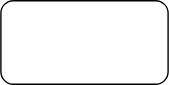
Earlier version of the draw.io export 160_gitlab_ci/110_triggers/example1.drawio.svg (nicholasdille/container-slides). Source tidied: cells renumbered, new cells last; positions are measured from the earlier drawing's top-left corner, leaving out a move shared by most shapes.
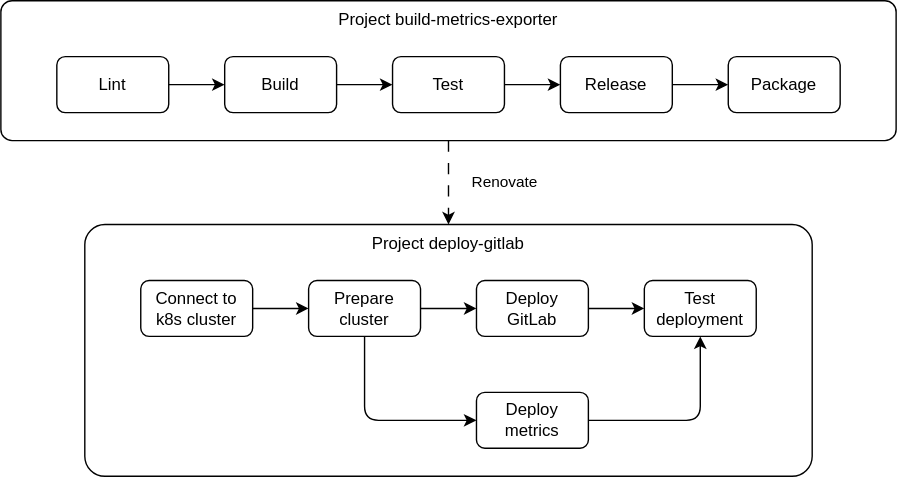
After the change.

What changed in the source:
```diff
@@ -2,8 +2,75 @@
   <root>
     <mxCell id="0" />
     <mxCell id="1" parent="0" />
+    <mxCell id="3" value="Renovate" style="edgeStyle=none;html=1;dashed=1;dashPattern=8 8;" parent="1" edge="1" source="2" target="13">
+      <mxGeometry y="40" relative="1" as="geometry" />
+    </mxCell>
-    <mxCell id="2" style="rounded=1;whiteSpace=wrap;html=1;fillColor=none;strokeColor=light-dark(#000000,#FFFFFF);fontColor=light-dark(#000000,#FFFFFF);" parent="1" vertex="1">
-      <mxGeometry width="120" height="60" as="geometry" />
+    <mxCell id="2" value="Project build-metrics-exporter" style="rounded=1;whiteSpace=wrap;html=1;fillColor=none;strokeColor=light-dark(#000000,#FFFFFF);fontColor=light-dark(#000000,#FFFFFF);verticalAlign=top;arcSize=8;" parent="1" vertex="1">
+      <mxGeometry width="640" height="100" as="geometry" />
     </mxCell>
+    <mxCell id="4" style="edgeStyle=none;html=1;" parent="1" edge="1" source="5" target="7">
+      <mxGeometry relative="1" as="geometry" />
+    </mxCell>
+    <mxCell id="5" value="Lint" style="rounded=1;whiteSpace=wrap;html=1;fillColor=none;strokeColor=light-dark(#000000,#FFFFFF);fontColor=light-dark(#000000,#FFFFFF);verticalAlign=middle;" parent="1" vertex="1">
+      <mxGeometry x="40" y="40" width="80" height="40" as="geometry" />
+    </mxCell>
+    <mxCell id="6" style="edgeStyle=none;html=1;" parent="1" edge="1" source="7" target="9">
+      <mxGeometry relative="1" as="geometry" />
+    </mxCell>
+    <mxCell id="7" value="Build" style="rounded=1;whiteSpace=wrap;html=1;fillColor=none;strokeColor=light-dark(#000000,#FFFFFF);fontColor=light-dark(#000000,#FFFFFF);verticalAlign=middle;" parent="1" vertex="1">
+      <mxGeometry x="160" y="40" width="80" height="40" as="geometry" />
+    </mxCell>
+    <mxCell id="8" style="edgeStyle=none;html=1;" parent="1" edge="1" source="9" target="11">
+      <mxGeometry relative="1" as="geometry" />
+    </mxCell>
+    <mxCell id="9" value="Test" style="rounded=1;whiteSpace=wrap;html=1;fillColor=none;strokeColor=light-dark(#000000,#FFFFFF);fontColor=light-dark(#000000,#FFFFFF);verticalAlign=middle;" parent="1" vertex="1">
+      <mxGeometry x="280" y="40" width="80" height="40" as="geometry" />
+    </mxCell>
+    <mxCell id="10" style="edgeStyle=none;html=1;" parent="1" edge="1" source="11" target="12">
+      <mxGeometry relative="1" as="geometry" />
+    </mxCell>
+    <mxCell id="11" value="Release" style="rounded=1;whiteSpace=wrap;html=1;fillColor=none;strokeColor=light-dark(#000000,#FFFFFF);fontColor=light-dark(#000000,#FFFFFF);verticalAlign=middle;" parent="1" vertex="1">
+      <mxGeometry x="400" y="40" width="80" height="40" as="geometry" />
+    </mxCell>
+    <mxCell id="12" value="Package" style="rounded=1;whiteSpace=wrap;html=1;fillColor=none;strokeColor=light-dark(#000000,#FFFFFF);fontColor=light-dark(#000000,#FFFFFF);verticalAlign=middle;" parent="1" vertex="1">
+      <mxGeometry x="520" y="40" width="80" height="40" as="geometry" />
+    </mxCell>
+    <mxCell id="13" value="Project deploy-gitlab" style="rounded=1;whiteSpace=wrap;html=1;fillColor=none;strokeColor=light-dark(#000000,#FFFFFF);fontColor=light-dark(#000000,#FFFFFF);verticalAlign=top;arcSize=8;" parent="1" vertex="1">
+      <mxGeometry x="60" y="160" width="520" height="180" as="geometry" />
+    </mxCell>
+    <mxCell id="14" style="edgeStyle=none;html=1;" parent="1" edge="1" source="15" target="18">
+      <mxGeometry relative="1" as="geometry" />
+    </mxCell>
+    <mxCell id="15" value="Connect to k8s cluster" style="rounded=1;whiteSpace=wrap;html=1;fillColor=none;strokeColor=light-dark(#000000,#FFFFFF);fontColor=light-dark(#000000,#FFFFFF);verticalAlign=middle;" parent="1" vertex="1">
+      <mxGeometry x="100" y="200" width="80" height="40" as="geometry" />
+    </mxCell>
+    <mxCell id="16" style="edgeStyle=none;html=1;" parent="1" edge="1" source="18" target="20">
+      <mxGeometry relative="1" as="geometry" />
+    </mxCell>
+    <mxCell id="17" style="edgeStyle=orthogonalEdgeStyle;html=1;" parent="1" edge="1" source="18" target="22">
+      <mxGeometry relative="1" as="geometry">
+        <Array as="points">
+          <mxPoint x="260" y="300" />
+        </Array>
+      </mxGeometry>
+    </mxCell>
+    <mxCell id="18" value="Prepare cluster" style="rounded=1;whiteSpace=wrap;html=1;fillColor=none;strokeColor=light-dark(#000000,#FFFFFF);fontColor=light-dark(#000000,#FFFFFF);verticalAlign=middle;" parent="1" vertex="1">
+      <mxGeometry x="220" y="200" width="80" height="40" as="geometry" />
+    </mxCell>
+    <mxCell id="19" style="edgeStyle=none;html=1;" parent="1" edge="1" source="20" target="23">
+      <mxGeometry relative="1" as="geometry" />
+    </mxCell>
+    <mxCell id="20" value="Deploy&lt;br&gt;GitLab" style="rounded=1;whiteSpace=wrap;html=1;fillColor=none;strokeColor=light-dark(#000000,#FFFFFF);fontColor=light-dark(#000000,#FFFFFF);verticalAlign=middle;" parent="1" vertex="1">
+      <mxGeometry x="340" y="200" width="80" height="40" as="geometry" />
+    </mxCell>
+    <mxCell id="21" style="edgeStyle=orthogonalEdgeStyle;html=1;" parent="1" edge="1" source="22" target="23">
+      <mxGeometry relative="1" as="geometry" />
+    </mxCell>
+    <mxCell id="22" value="Deploy metrics" style="rounded=1;whiteSpace=wrap;html=1;fillColor=none;strokeColor=light-dark(#000000,#FFFFFF);fontColor=light-dark(#000000,#FFFFFF);verticalAlign=middle;" parent="1" vertex="1">
+      <mxGeometry x="340" y="280" width="80" height="40" as="geometry" />
+    </mxCell>
+    <mxCell id="23" value="Test deployment" style="rounded=1;whiteSpace=wrap;html=1;fillColor=none;strokeColor=light-dark(#000000,#FFFFFF);fontColor=light-dark(#000000,#FFFFFF);verticalAlign=middle;" parent="1" vertex="1">
+      <mxGeometry x="460" y="200" width="80" height="40" as="geometry" />
+    </mxCell>
   </root>
 </mxGraphModel>
```
